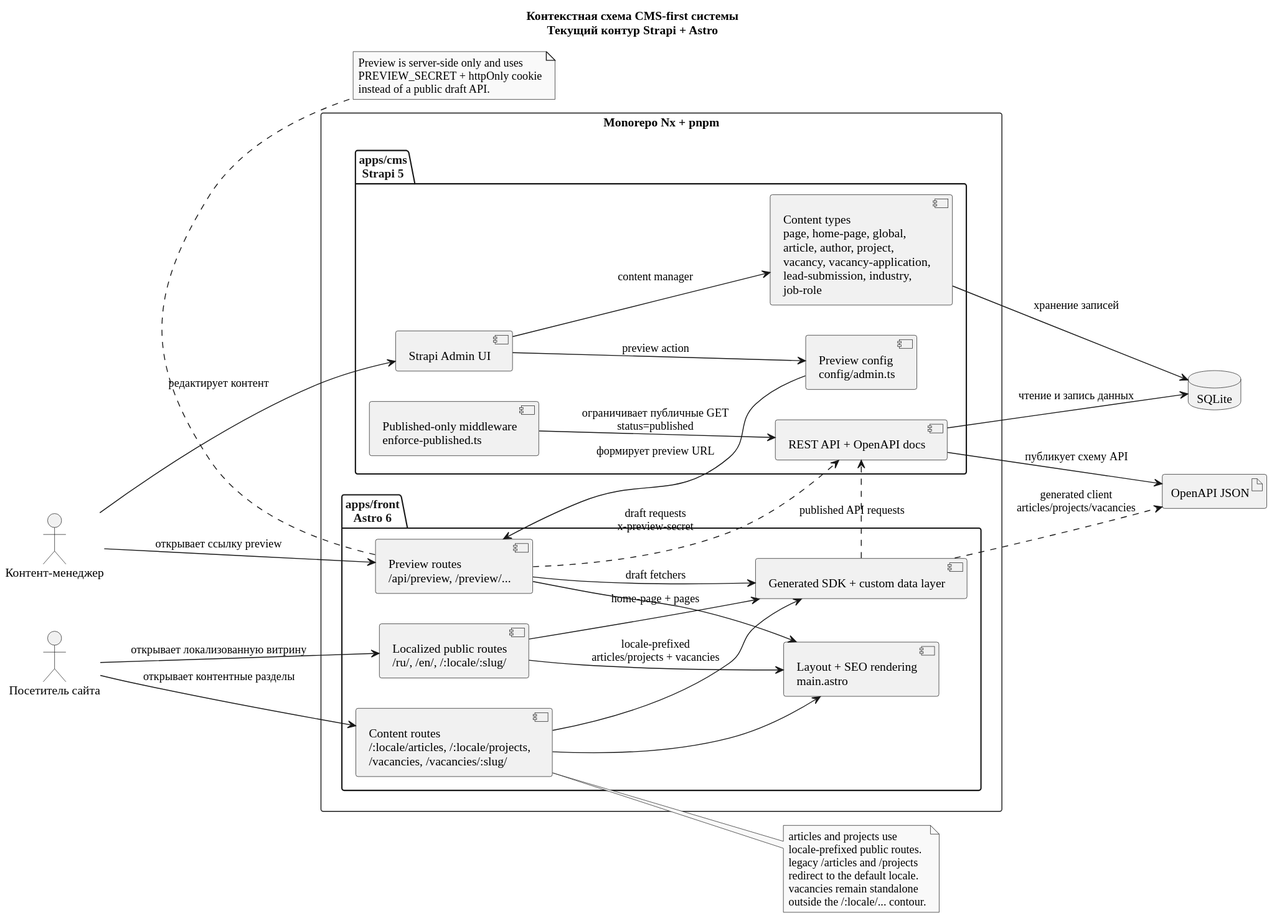
ArthurNyan/blog-monorepo keeps this PlantUML diagram as thesis/assets/diagrams/plantuml/svg/cms-first-architecture.svg. Above is the earlier version. Its source is kept beside it as thesis/diagrams/src/plantuml/cms-first-architecture.puml.
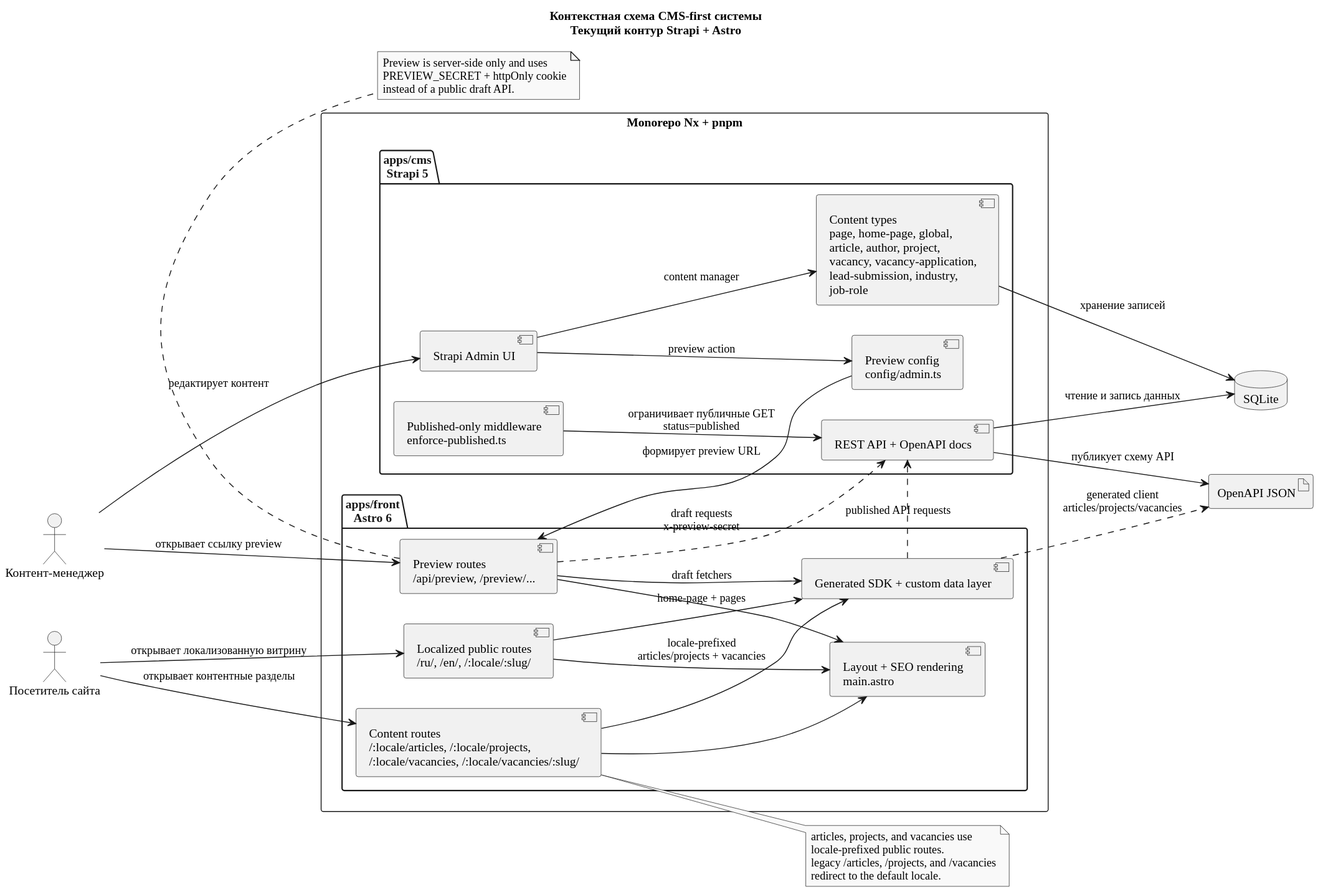
Above is the later version.

Commit message:
Enhance localization and routing for vacancies in CMS

Diff of the diagram source:
```diff
@@ -18,7 +18,7 @@
 
   package "apps/front\nAstro 6" as FrontApp {
     component "Localized public routes\n/ru/, /en/, /:locale/:slug/" as PublicRoutes
-    component "Content routes\n/:locale/articles, /:locale/projects,\n/vacancies, /vacancies/:slug/" as CollectionRoutes
+    component "Content routes\n/:locale/articles, /:locale/projects,\n/:locale/vacancies, /:locale/vacancies/:slug/" as CollectionRoutes
     component "Preview routes\n/api/preview, /preview/..." as PreviewRoutes
     component "Layout + SEO rendering\nmain.astro" as LayoutSeo
     component "Generated SDK + custom data layer" as FrontData
@@ -56,12 +56,10 @@
 Editor --> PreviewRoutes : открывает ссылку preview
 
 note right of CollectionRoutes
-articles and projects use
+articles, projects, and vacancies use
 locale-prefixed public routes.
-legacy /articles and /projects
+legacy /articles, /projects, and /vacancies
 redirect to the default locale.
-vacancies remain standalone
-outside the /:locale/... contour.
 end note
 
 note bottom of PreviewRoutes
```
